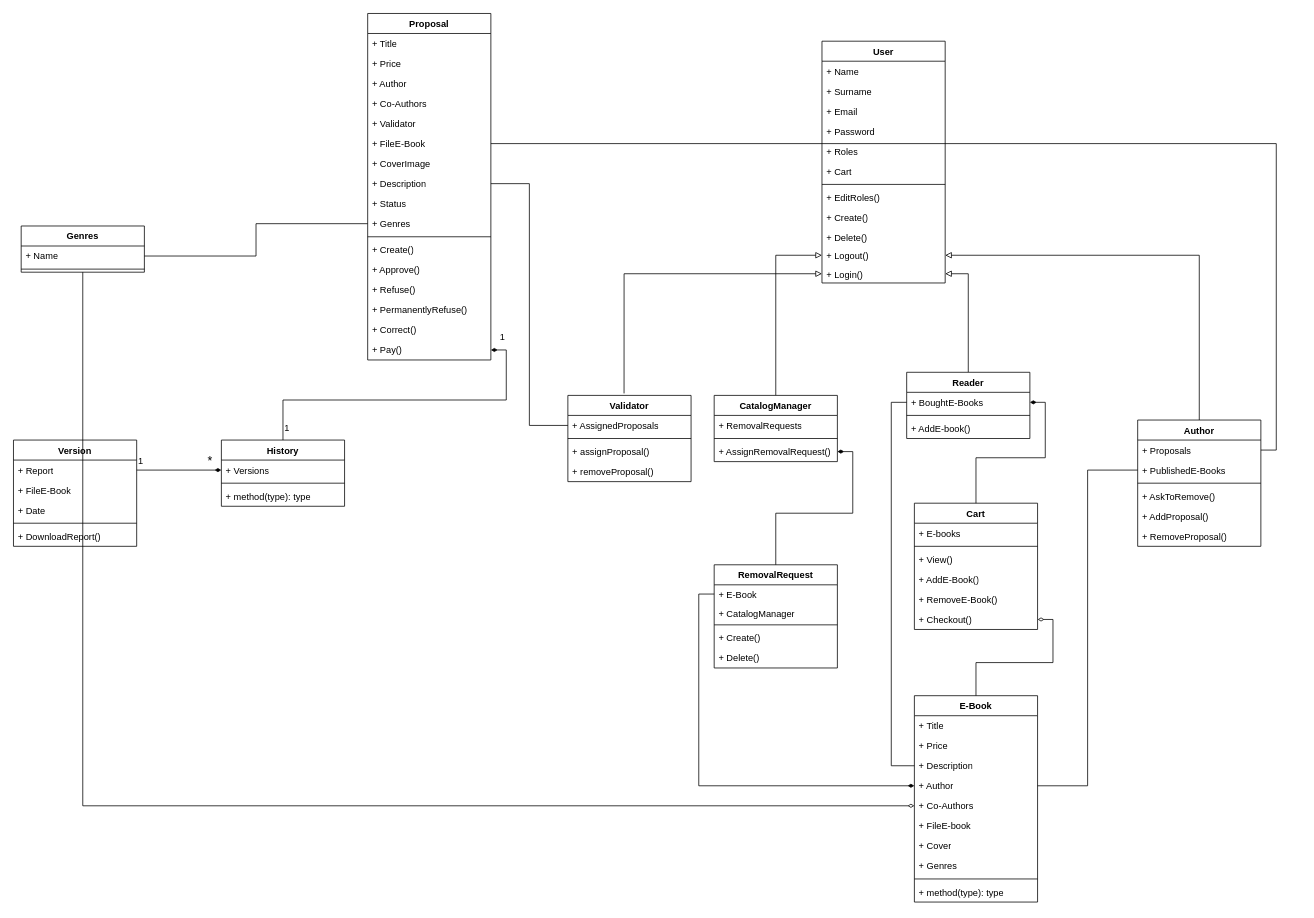
Before: Deliverables/ClassDiagram.drawio in Dabi1290/BookVerse, a draw.io diagram. Source tidied: cells renumbered, new cells numbered last; positions are measured from the earlier drawing's top-left corner, leaving out a move shared by most shapes. Both pictures are drawn from the tidied source at 77%, with x=0, y=0 at pixel (13, 13).
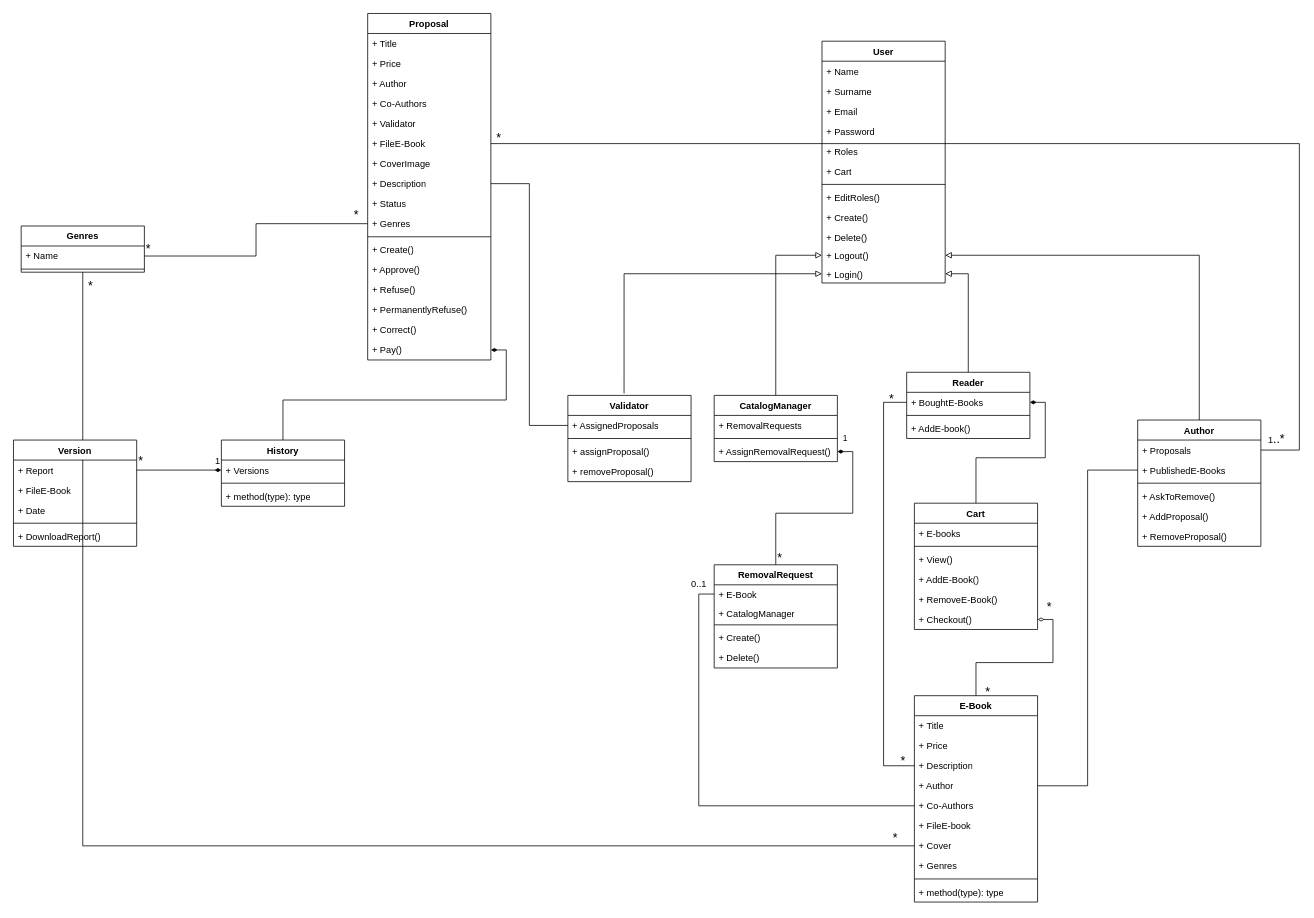
Above is the later version.

Unchanged cells that the change refers to:
```xml
<mxCell id="8" value="+ FileE-Book" style="text;strokeColor=none;fillColor=none;align=left;verticalAlign=top;spacingLeft=4;spacingRight=4;overflow=hidden;points=[[0,0.5],[1,0.5]];portConstraint=eastwest;whiteSpace=wrap;html=1;" parent="2" vertex="1">
  <mxGeometry y="156" width="160" height="26" as="geometry" />
</mxCell>
<mxCell id="34" value="+ Description" style="text;strokeColor=none;fillColor=none;align=left;verticalAlign=top;spacingLeft=4;spacingRight=4;overflow=hidden;points=[[0,0.5],[1,0.5]];portConstraint=eastwest;whiteSpace=wrap;html=1;" parent="31" vertex="1">
  <mxGeometry y="78" width="160" height="26" as="geometry" />
</mxCell>
<mxCell id="35" value="+ Author" style="text;strokeColor=none;fillColor=none;align=left;verticalAlign=top;spacingLeft=4;spacingRight=4;overflow=hidden;points=[[0,0.5],[1,0.5]];portConstraint=eastwest;whiteSpace=wrap;html=1;" parent="31" vertex="1">
  <mxGeometry y="104" width="160" height="26" as="geometry" />
</mxCell>
<mxCell id="36" value="+ Co-Authors" style="text;strokeColor=none;fillColor=none;align=left;verticalAlign=top;spacingLeft=4;spacingRight=4;overflow=hidden;points=[[0,0.5],[1,0.5]];portConstraint=eastwest;whiteSpace=wrap;html=1;" parent="31" vertex="1">
  <mxGeometry y="130" width="160" height="26" as="geometry" />
</mxCell>
<mxCell id="38" value="+ Cover" style="text;strokeColor=none;fillColor=none;align=left;verticalAlign=top;spacingLeft=4;spacingRight=4;overflow=hidden;points=[[0,0.5],[1,0.5]];portConstraint=eastwest;whiteSpace=wrap;html=1;" parent="31" vertex="1">
  <mxGeometry y="182" width="160" height="26" as="geometry" />
</mxCell>
<mxCell id="43" value="+ E-Book" style="text;strokeColor=none;fillColor=none;align=left;verticalAlign=top;spacingLeft=4;spacingRight=4;overflow=hidden;points=[[0,0.5],[1,0.5]];portConstraint=eastwest;whiteSpace=wrap;html=1;" parent="42" vertex="1">
  <mxGeometry y="26" width="160" height="24" as="geometry" />
</mxCell>
<mxCell id="48" value="Genres" style="swimlane;fontStyle=1;align=center;verticalAlign=top;horizontal=1;startSize=26;whiteSpace=wrap;html=1;" parent="1" vertex="1">
  <mxGeometry x="10" y="276" width="160" height="60" as="geometry" />
</mxCell>
<mxCell id="81" value="+ BoughtE-Books" style="text;strokeColor=none;fillColor=none;align=left;verticalAlign=top;spacingLeft=4;spacingRight=4;overflow=hidden;points=[[0,0.5],[1,0.5]];portConstraint=eastwest;whiteSpace=wrap;html=1;" parent="80" vertex="1">
  <mxGeometry y="26" width="160" height="26" as="geometry" />
</mxCell>
<mxCell id="85" value="+ Proposals" style="text;strokeColor=none;fillColor=none;align=left;verticalAlign=top;spacingLeft=4;spacingRight=4;overflow=hidden;points=[[0,0.5],[1,0.5]];portConstraint=eastwest;whiteSpace=wrap;html=1;" parent="84" vertex="1">
  <mxGeometry y="26" width="160" height="26" as="geometry" />
</mxCell>
```

Change to the diagram source:
```diff
@@
+    <mxCell id="110" style="edgeStyle=orthogonalEdgeStyle;rounded=0;jettySize=auto;html=1;exitX=0.5;exitY=1;exitDx=0;exitDy=0;entryX=0;entryY=0.5;entryDx=0;entryDy=0;endArrow=none;endFill=0;" parent="1" edge="1" source="48" target="38">
+      <mxGeometry relative="1" as="geometry" />
+    </mxCell>
@@
     <mxCell id="96" style="edgeStyle=orthogonalEdgeStyle;rounded=0;jettySize=auto;html=1;exitX=0;exitY=0.5;exitDx=0;exitDy=0;entryX=0;entryY=0.5;entryDx=0;entryDy=0;endArrow=none;endFill=0;" parent="1" edge="1" source="81" target="34">
-      <mxGeometry relative="1" as="geometry" />
+      <mxGeometry relative="1" as="geometry">
+        <Array as="points">
+          <mxPoint x="1130" y="505" />
+          <mxPoint x="1130" y="977" />
+        </Array>
+      </mxGeometry>
     </mxCell>
@@
-    <mxCell id="98" style="edgeStyle=orthogonalEdgeStyle;rounded=0;jettySize=auto;html=1;exitX=0;exitY=0.5;exitDx=0;exitDy=0;entryX=0.5;entryY=1;entryDx=0;entryDy=0;endArrow=none;endFill=0;startArrow=diamondThin;startFill=0;" parent="1" edge="1" source="36" target="48">
-      <mxGeometry relative="1" as="geometry">
-        <Array as="points">
-          <mxPoint x="90" y="1029" />
-        </Array>
-      </mxGeometry>
-    </mxCell>
-    <mxCell id="99" style="edgeStyle=orthogonalEdgeStyle;rounded=0;jettySize=auto;html=1;exitX=0;exitY=0.5;exitDx=0;exitDy=0;entryX=0;entryY=0.5;entryDx=0;entryDy=0;endArrow=diamondThin;endFill=1;" parent="1" edge="1" source="43" target="35">
-      <mxGeometry relative="1" as="geometry" />
-    </mxCell>
@@
     <mxCell id="102" style="edgeStyle=orthogonalEdgeStyle;rounded=0;jettySize=auto;html=1;exitX=1;exitY=0.5;exitDx=0;exitDy=0;entryX=1;entryY=0.5;entryDx=0;entryDy=0;endArrow=none;endFill=0;" parent="1" edge="1" source="85" target="8">
-      <mxGeometry relative="1" as="geometry" />
+      <mxGeometry relative="1" as="geometry">
+        <Array as="points">
+          <mxPoint x="1670" y="567" />
+          <mxPoint x="1670" y="169" />
+        </Array>
+      </mxGeometry>
     </mxCell>
@@
-    <mxCell id="106" value="1" style="text;html=1;align=center;verticalAlign=middle;strokeColor=none;fillColor=none;" parent="1" vertex="1">
-      <mxGeometry x="620" y="406" width="30" height="30" as="geometry" />
-    </mxCell>
-    <mxCell id="107" value="1" style="text;html=1;align=center;verticalAlign=middle;strokeColor=none;fillColor=none;" parent="1" vertex="1">
-      <mxGeometry x="340" y="524" width="30" height="30" as="geometry" />
-    </mxCell>
     <mxCell id="108" value="1" style="text;html=1;align=center;verticalAlign=middle;strokeColor=none;fillColor=none;" parent="1" vertex="1">
-      <mxGeometry x="150" y="566" width="30" height="30" as="geometry" />
+      <mxGeometry x="250" y="566" width="30" height="30" as="geometry" />
     </mxCell>
     <mxCell id="109" value="&lt;font style=&quot;font-size: 16px;&quot;&gt;*&lt;/font&gt;" style="text;html=1;align=center;verticalAlign=middle;strokeColor=none;fillColor=none;" parent="1" vertex="1">
-      <mxGeometry x="240" y="566" width="30" height="30" as="geometry" />
+      <mxGeometry x="150" y="566" width="30" height="30" as="geometry" />
     </mxCell>
+    <mxCell id="111" value="1&lt;font style=&quot;font-size: 16px;&quot;&gt;..&lt;/font&gt;&lt;font style=&quot;font-size: 16px;&quot;&gt;*&lt;/font&gt;" style="text;html=1;align=center;verticalAlign=middle;strokeColor=none;fillColor=none;" parent="1" vertex="1">
+      <mxGeometry x="1615" y="537" width="50" height="30" as="geometry" />
+    </mxCell>
+    <mxCell id="112" value="&lt;font style=&quot;font-size: 16px;&quot;&gt;*&lt;/font&gt;" style="text;html=1;align=center;verticalAlign=middle;strokeColor=none;fillColor=none;" parent="1" vertex="1">
+      <mxGeometry x="430" y="246" width="30" height="30" as="geometry" />
+    </mxCell>
+    <mxCell id="113" value="&lt;font style=&quot;font-size: 16px;&quot;&gt;*&lt;/font&gt;" style="text;html=1;align=center;verticalAlign=middle;strokeColor=none;fillColor=none;" parent="1" vertex="1">
+      <mxGeometry x="160" y="291" width="30" height="30" as="geometry" />
+    </mxCell>
+    <mxCell id="114" value="&lt;font style=&quot;font-size: 16px;&quot;&gt;*&lt;/font&gt;" style="text;html=1;align=center;verticalAlign=middle;strokeColor=none;fillColor=none;" parent="1" vertex="1">
+      <mxGeometry x="615" y="146" width="30" height="30" as="geometry" />
+    </mxCell>
+    <mxCell id="115" value="0..1" style="text;html=1;align=center;verticalAlign=middle;strokeColor=none;fillColor=none;" parent="1" vertex="1">
+      <mxGeometry x="870" y="726" width="40" height="30" as="geometry" />
+    </mxCell>
+    <mxCell id="116" style="edgeStyle=orthogonalEdgeStyle;rounded=0;jettySize=auto;html=1;exitX=0;exitY=0.5;exitDx=0;exitDy=0;entryX=0;entryY=0.5;entryDx=0;entryDy=0;endArrow=none;endFill=0;" parent="1" edge="1" source="43" target="36">
+      <mxGeometry relative="1" as="geometry" />
+    </mxCell>
+    <mxCell id="117" value="&lt;font style=&quot;font-size: 16px;&quot;&gt;*&lt;/font&gt;" style="text;html=1;align=center;verticalAlign=middle;strokeColor=none;fillColor=none;" parent="1" vertex="1">
+      <mxGeometry x="1130" y="1056" width="30" height="30" as="geometry" />
+    </mxCell>
+    <mxCell id="118" value="&lt;font style=&quot;font-size: 16px;&quot;&gt;*&lt;/font&gt;" style="text;html=1;align=center;verticalAlign=middle;strokeColor=none;fillColor=none;" parent="1" vertex="1">
+      <mxGeometry x="85" y="339" width="30" height="30" as="geometry" />
+    </mxCell>
+    <mxCell id="119" value="&lt;font style=&quot;font-size: 16px;&quot;&gt;*&lt;/font&gt;" style="text;html=1;align=center;verticalAlign=middle;strokeColor=none;fillColor=none;" parent="1" vertex="1">
+      <mxGeometry x="1330" y="756" width="30" height="30" as="geometry" />
+    </mxCell>
+    <mxCell id="120" value="&lt;font style=&quot;font-size: 16px;&quot;&gt;*&lt;/font&gt;" style="text;html=1;align=center;verticalAlign=middle;strokeColor=none;fillColor=none;" parent="1" vertex="1">
+      <mxGeometry x="1250" y="866" width="30" height="30" as="geometry" />
+    </mxCell>
+    <mxCell id="121" value="&lt;font style=&quot;font-size: 16px;&quot;&gt;*&lt;/font&gt;" style="text;html=1;align=center;verticalAlign=middle;strokeColor=none;fillColor=none;" parent="1" vertex="1">
+      <mxGeometry x="1125" y="486" width="30" height="30" as="geometry" />
+    </mxCell>
+    <mxCell id="122" value="&lt;font style=&quot;font-size: 16px;&quot;&gt;*&lt;/font&gt;" style="text;html=1;align=center;verticalAlign=middle;strokeColor=none;fillColor=none;" parent="1" vertex="1">
+      <mxGeometry x="1140" y="956" width="30" height="30" as="geometry" />
+    </mxCell>
+    <mxCell id="123" value="&lt;font style=&quot;font-size: 11px;&quot;&gt;1&lt;/font&gt;" style="text;html=1;align=center;verticalAlign=middle;strokeColor=none;fillColor=none;" parent="1" vertex="1">
+      <mxGeometry x="1065" y="537" width="30" height="30" as="geometry" />
+    </mxCell>
+    <mxCell id="124" value="&lt;font style=&quot;font-size: 16px;&quot;&gt;*&lt;/font&gt;" style="text;html=1;align=center;verticalAlign=middle;strokeColor=none;fillColor=none;" parent="1" vertex="1">
+      <mxGeometry x="980" y="692" width="30" height="30" as="geometry" />
+    </mxCell>
```
